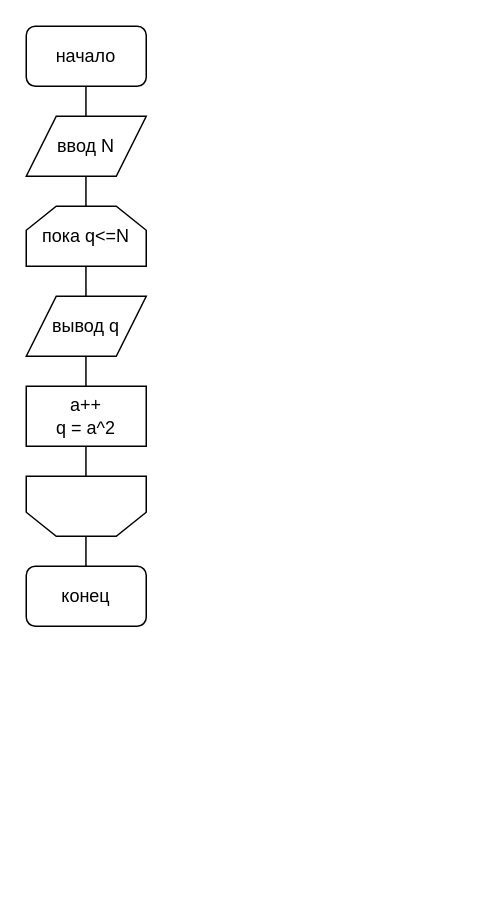
The draw.io diagram Untitled Diagram.drawio in AGCher/TiMP_lab1, before the edit. Source tidied: cells renumbered, new cells numbered last; positions are measured from the earlier drawing's top-left corner, leaving out a move shared by most shapes. Both pictures are drawn from the tidied source at 150%, with x=0, y=0 at pixel (26, 26).
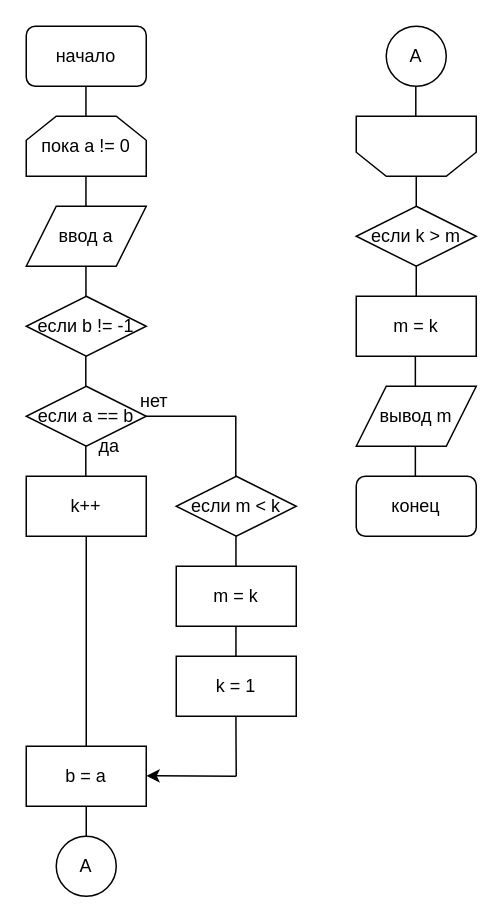
Above is the later version.

What changed in the source:
```diff
@@
-    <mxCell id="3" value="ввод N" style="shape=parallelogram;perimeter=parallelogramPerimeter;whiteSpace=wrap;html=1;fixedSize=1;" parent="1" vertex="1">
-      <mxGeometry y="60" width="80" height="40" as="geometry" />
+    <mxCell id="3" value="ввод a" style="shape=parallelogram;perimeter=parallelogramPerimeter;whiteSpace=wrap;html=1;fixedSize=1;" parent="1" vertex="1">
+      <mxGeometry y="120" width="80" height="40" as="geometry" />
     </mxCell>
@@
     <mxCell id="6" value="конец" style="rounded=1;whiteSpace=wrap;html=1;" parent="1" vertex="1">
-      <mxGeometry y="360" width="80" height="40" as="geometry" />
+      <mxGeometry x="220" y="300" width="80" height="40" as="geometry" />
     </mxCell>
     <mxCell id="7" style="endArrow=none;html=1;" parent="1" edge="1">
       <mxGeometry relative="1" as="geometry">
-        <mxPoint x="39.8" y="360" as="sourcePoint" />
-        <mxPoint x="39.8" y="340" as="targetPoint" />
+        <mxPoint x="259.4" y="300" as="sourcePoint" />
+        <mxPoint x="259.4" y="280" as="targetPoint" />
       </mxGeometry>
     </mxCell>
-    <mxCell id="8" value="пока q&amp;lt;=N" style="shape=loopLimit;whiteSpace=wrap;html=1;size=20;" parent="1" vertex="1">
-      <mxGeometry y="120" width="80" height="40" as="geometry" />
+    <mxCell id="8" value="пока a != 0" style="shape=loopLimit;whiteSpace=wrap;html=1;size=20;" parent="1" vertex="1">
+      <mxGeometry y="60" width="80" height="40" as="geometry" />
     </mxCell>
-    <mxCell id="9" value="a++&lt;br&gt;q = a^2" style="rounded=0;whiteSpace=wrap;html=1;" parent="1" vertex="1">
-      <mxGeometry y="240" width="80" height="40" as="geometry" />
-    </mxCell>
-    <mxCell id="10" value="вывод q" style="shape=parallelogram;perimeter=parallelogramPerimeter;whiteSpace=wrap;html=1;fixedSize=1;" parent="1" vertex="1">
-      <mxGeometry y="180" width="80" height="40" as="geometry" />
-    </mxCell>
@@
-    <mxCell id="12" style="endArrow=none;html=1;" parent="1" edge="1">
-      <mxGeometry relative="1" as="geometry">
-        <mxPoint x="39.8" y="240" as="sourcePoint" />
-        <mxPoint x="39.8" y="220" as="targetPoint" />
-        <Array as="points">
-          <mxPoint x="39.8" y="230" />
-        </Array>
-      </mxGeometry>
-    </mxCell>
-    <mxCell id="13" style="shape=loopLimit;whiteSpace=wrap;html=1;size=20;rotation=-180;" parent="1" vertex="1">
-      <mxGeometry y="300" width="80" height="40" as="geometry" />
-    </mxCell>
-    <mxCell id="14" style="endArrow=none;html=1;" parent="1" edge="1">
-      <mxGeometry relative="1" as="geometry">
-        <mxPoint x="39.8" y="300" as="sourcePoint" />
-        <mxPoint x="39.8" y="280" as="targetPoint" />
-      </mxGeometry>
-    </mxCell>
+    <mxCell id="15" value="если b != -1" style="rhombus;whiteSpace=wrap;html=1;" parent="1" vertex="1">
+      <mxGeometry y="180" width="80" height="40" as="geometry" />
+    </mxCell>
+    <mxCell id="16" style="endArrow=none;html=1;" parent="1" edge="1">
+      <mxGeometry relative="1" as="geometry">
+        <mxPoint x="39.7" y="240" as="sourcePoint" />
+        <mxPoint x="39.7" y="220" as="targetPoint" />
+        <Array as="points">
+          <mxPoint x="39.7" y="230" />
+        </Array>
+      </mxGeometry>
+    </mxCell>
+    <mxCell id="17" value="если a == b" style="rhombus;whiteSpace=wrap;html=1;" parent="1" vertex="1">
+      <mxGeometry y="240" width="80" height="40" as="geometry" />
+    </mxCell>
+    <mxCell id="18" style="endArrow=none;html=1;" parent="1" edge="1">
+      <mxGeometry relative="1" as="geometry">
+        <mxPoint x="39.7" y="300" as="sourcePoint" />
+        <mxPoint x="39.7" y="280" as="targetPoint" />
+        <Array as="points">
+          <mxPoint x="39.7" y="290" />
+        </Array>
+      </mxGeometry>
+    </mxCell>
+    <mxCell id="19" value="да" style="text;html=1;align=center;verticalAlign=middle;strokeColor=none;" parent="1" vertex="1">
+      <mxGeometry x="40" y="270" width="30" height="20" as="geometry" />
+    </mxCell>
+    <mxCell id="20" value="нет" style="text;html=1;align=center;verticalAlign=middle;strokeColor=none;" parent="1" vertex="1">
+      <mxGeometry x="70" y="240" width="30" height="20" as="geometry" />
+    </mxCell>
+    <mxCell id="21" style="endArrow=none;html=1;" parent="1" edge="1">
+      <mxGeometry relative="1" as="geometry">
+        <mxPoint x="80" y="260" as="sourcePoint" />
+        <mxPoint x="140" y="260" as="targetPoint" />
+      </mxGeometry>
+    </mxCell>
+    <mxCell id="22" value="k++" style="rounded=0;whiteSpace=wrap;html=1;" parent="1" vertex="1">
+      <mxGeometry y="300" width="80" height="40" as="geometry" />
+    </mxCell>
+    <mxCell id="23" value="если m &amp;lt; k" style="rhombus;whiteSpace=wrap;html=1;" parent="1" vertex="1">
+      <mxGeometry x="100" y="300" width="80" height="40" as="geometry" />
+    </mxCell>
+    <mxCell id="24" style="endArrow=none;html=1;" parent="1" edge="1">
+      <mxGeometry relative="1" as="geometry">
+        <mxPoint x="139.7" y="300" as="sourcePoint" />
+        <mxPoint x="139.7" y="260" as="targetPoint" />
+      </mxGeometry>
+    </mxCell>
+    <mxCell id="25" value="m = k" style="rounded=0;whiteSpace=wrap;html=1;" parent="1" vertex="1">
+      <mxGeometry x="100" y="360" width="80" height="40" as="geometry" />
+    </mxCell>
+    <mxCell id="26" style="endArrow=none;html=1;" parent="1" edge="1">
+      <mxGeometry relative="1" as="geometry">
+        <mxPoint x="139.8" y="360" as="sourcePoint" />
+        <mxPoint x="139.8" y="340" as="targetPoint" />
+        <Array as="points">
+          <mxPoint x="139.8" y="350" />
+        </Array>
+      </mxGeometry>
+    </mxCell>
+    <mxCell id="27" value="k = 1" style="rounded=0;whiteSpace=wrap;html=1;" parent="1" vertex="1">
+      <mxGeometry x="100" y="420" width="80" height="40" as="geometry" />
+    </mxCell>
+    <mxCell id="28" style="endArrow=none;html=1;" parent="1" edge="1">
+      <mxGeometry relative="1" as="geometry">
+        <mxPoint x="139.8" y="420" as="sourcePoint" />
+        <mxPoint x="139.8" y="400" as="targetPoint" />
+        <Array as="points">
+          <mxPoint x="139.8" y="410" />
+        </Array>
+      </mxGeometry>
+    </mxCell>
+    <mxCell id="29" style="endArrow=none;html=1;" parent="1" edge="1">
+      <mxGeometry relative="1" as="geometry">
+        <mxPoint x="40" y="480" as="sourcePoint" />
+        <mxPoint x="40" y="340" as="targetPoint" />
+      </mxGeometry>
+    </mxCell>
+    <mxCell id="30" value="b = a" style="rounded=0;whiteSpace=wrap;html=1;" parent="1" vertex="1">
+      <mxGeometry y="480" width="80" height="40" as="geometry" />
+    </mxCell>
+    <mxCell id="31" style="endArrow=classic;html=1;" parent="1" edge="1">
+      <mxGeometry relative="1" as="geometry">
+        <mxPoint x="140" y="500" as="sourcePoint" />
+        <mxPoint x="80" y="499.7" as="targetPoint" />
+      </mxGeometry>
+    </mxCell>
+    <mxCell id="32" style="endArrow=none;html=1;" parent="1" edge="1">
+      <mxGeometry relative="1" as="geometry">
+        <mxPoint x="140" y="500" as="sourcePoint" />
+        <mxPoint x="139.8" y="460" as="targetPoint" />
+        <Array as="points">
+          <mxPoint x="139.8" y="470" />
+        </Array>
+      </mxGeometry>
+    </mxCell>
+    <mxCell id="33" value="если k &amp;gt; m" style="rhombus;whiteSpace=wrap;html=1;" parent="1" vertex="1">
+      <mxGeometry x="220" y="120" width="80" height="40" as="geometry" />
+    </mxCell>
+    <mxCell id="34" value="m = k" style="rounded=0;whiteSpace=wrap;html=1;" parent="1" vertex="1">
+      <mxGeometry x="220" y="180" width="80" height="40" as="geometry" />
+    </mxCell>
+    <mxCell id="35" value="вывод m" style="shape=parallelogram;perimeter=parallelogramPerimeter;whiteSpace=wrap;html=1;fixedSize=1;" parent="1" vertex="1">
+      <mxGeometry x="220" y="240" width="80" height="40" as="geometry" />
+    </mxCell>
+    <mxCell id="36" style="shape=loopLimit;whiteSpace=wrap;html=1;size=20;rotation=-180;" parent="1" vertex="1">
+      <mxGeometry x="220" y="60" width="80" height="40" as="geometry" />
+    </mxCell>
+    <mxCell id="37" style="endArrow=none;html=1;" parent="1" edge="1">
+      <mxGeometry relative="1" as="geometry">
+        <mxPoint x="40" y="540" as="sourcePoint" />
+        <mxPoint x="40" y="520" as="targetPoint" />
+        <Array as="points">
+          <mxPoint x="40" y="530" />
+        </Array>
+      </mxGeometry>
+    </mxCell>
+    <mxCell id="38" style="endArrow=none;html=1;" parent="1" edge="1">
+      <mxGeometry relative="1" as="geometry">
+        <mxPoint x="260" y="120" as="sourcePoint" />
+        <mxPoint x="260" y="100" as="targetPoint" />
+        <Array as="points">
+          <mxPoint x="260" y="110" />
+        </Array>
+      </mxGeometry>
+    </mxCell>
+    <mxCell id="39" style="endArrow=none;html=1;" parent="1" edge="1">
+      <mxGeometry relative="1" as="geometry">
+        <mxPoint x="260" y="180" as="sourcePoint" />
+        <mxPoint x="260" y="160" as="targetPoint" />
+        <Array as="points">
+          <mxPoint x="260" y="170" />
+        </Array>
+      </mxGeometry>
+    </mxCell>
+    <mxCell id="40" style="endArrow=none;html=1;" parent="1" edge="1">
+      <mxGeometry relative="1" as="geometry">
+        <mxPoint x="259.4" y="240" as="sourcePoint" />
+        <mxPoint x="259.4" y="220" as="targetPoint" />
+        <Array as="points">
+          <mxPoint x="259.4" y="230" />
+        </Array>
+      </mxGeometry>
+    </mxCell>
+    <mxCell id="41" value="A" style="ellipse;whiteSpace=wrap;html=1;" parent="1" vertex="1">
+      <mxGeometry x="20" y="540" width="40" height="40" as="geometry" />
+    </mxCell>
+    <mxCell id="42" value="A" style="ellipse;whiteSpace=wrap;html=1;" parent="1" vertex="1">
+      <mxGeometry x="240" width="40" height="40" as="geometry" />
+    </mxCell>
+    <mxCell id="43" style="endArrow=none;html=1;" parent="1" edge="1">
+      <mxGeometry relative="1" as="geometry">
+        <mxPoint x="259.7" y="60" as="sourcePoint" />
+        <mxPoint x="259.7" y="40" as="targetPoint" />
+        <Array as="points">
+          <mxPoint x="259.7" y="50" />
+        </Array>
+      </mxGeometry>
+    </mxCell>
```
